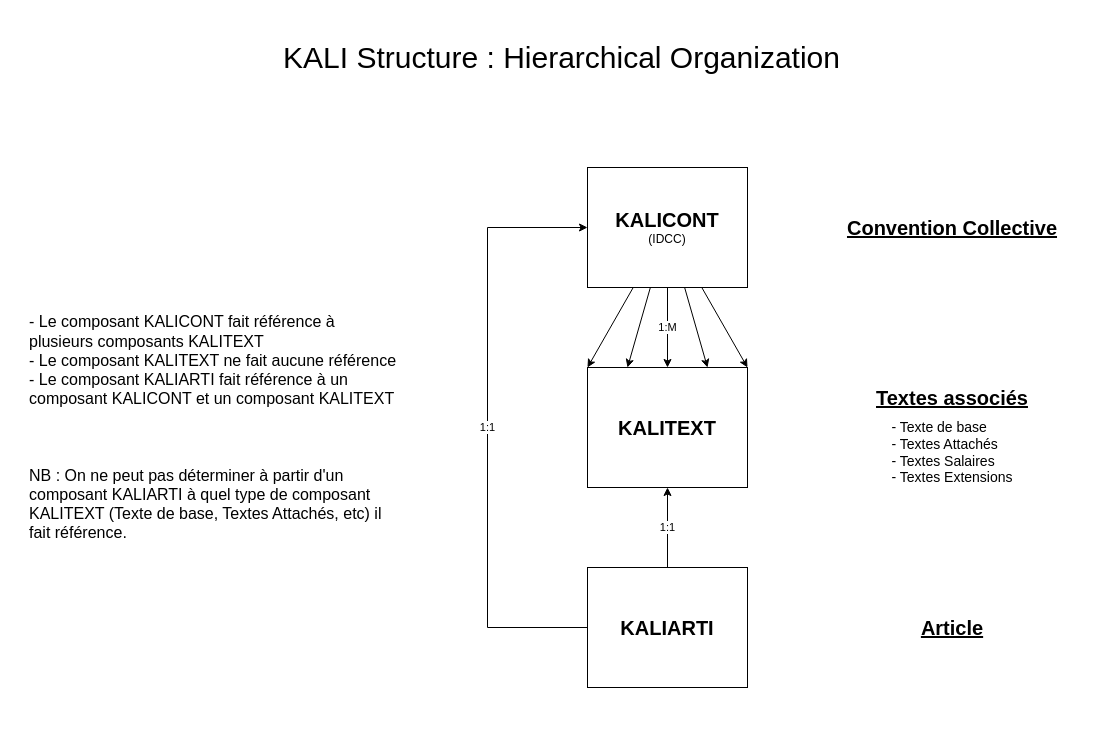
Above: diagram/KALI_structure.drawio in szkjn/sandbox_drawio (draw.io), before the change. Source tidied: cells renumbered, new cells numbered last; positions are measured from the earlier drawing's top-left corner, leaving out a move shared by most shapes. Both pictures are drawn from the tidied source at 100%, with x=0, y=0 at pixel (27, 17).
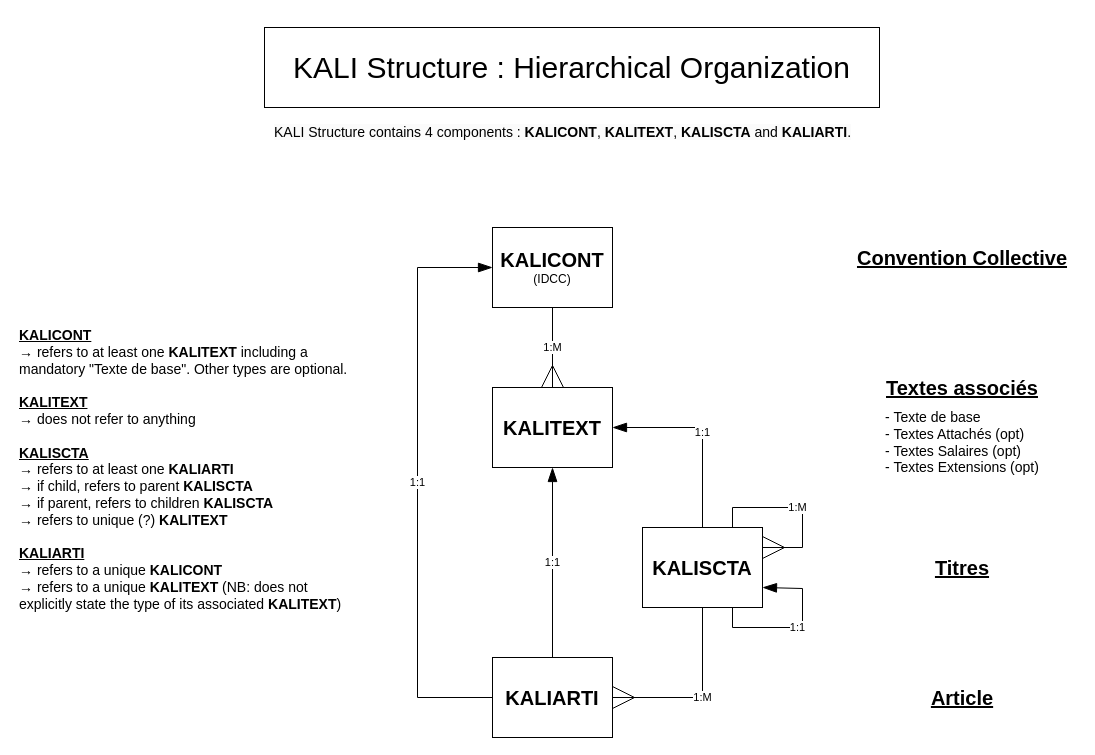
Above is the later version.

The edit, as a diff of the source:
```diff
@@
-    <mxCell id="2" value="1:1" style="edgeStyle=orthogonalEdgeStyle;rounded=0;jettySize=auto;html=1;entryX=0.5;entryY=1;entryDx=0;entryDy=0;" parent="1" edge="1" source="4" target="5">
+    <mxCell id="2" value="1:1" style="edgeStyle=orthogonalEdgeStyle;rounded=0;jettySize=auto;html=1;entryX=0.5;entryY=1;entryDx=0;entryDy=0;endSize=12;endArrow=blockThin;endFill=1;" parent="1" edge="1" source="4" target="5">
       <mxGeometry relative="1" as="geometry" />
     </mxCell>
-    <mxCell id="3" value="1:1" style="edgeStyle=orthogonalEdgeStyle;rounded=0;jettySize=auto;html=1;entryX=0;entryY=0.5;entryDx=0;entryDy=0;" parent="1" edge="1" source="4" target="11">
+    <mxCell id="3" value="1:1" style="edgeStyle=orthogonalEdgeStyle;rounded=0;jettySize=auto;html=1;exitX=0;exitY=0.5;exitDx=0;exitDy=0;entryX=0;entryY=0.5;entryDx=0;entryDy=0;endArrow=blockThin;endFill=1;endSize=12;" parent="1" edge="1" source="4" target="11">
       <mxGeometry relative="1" as="geometry">
         <Array as="points">
-          <mxPoint x="460" y="610" />
-          <mxPoint x="460" y="210" />
+          <mxPoint x="390" y="680" />
+          <mxPoint x="390" y="250" />
         </Array>
       </mxGeometry>
     </mxCell>
     <mxCell id="4" value="&lt;b&gt;&lt;font style=&quot;font-size: 20px;&quot;&gt;KALIARTI&lt;/font&gt;&lt;/b&gt;" style="rounded=0;whiteSpace=wrap;html=1;" parent="1" vertex="1">
-      <mxGeometry x="560" y="550" width="160" height="120" as="geometry" />
+      <mxGeometry x="465" y="640" width="120" height="80" as="geometry" />
     </mxCell>
     <mxCell id="5" value="&lt;b&gt;&lt;font style=&quot;font-size: 20px;&quot;&gt;KALITEXT&lt;/font&gt;&lt;/b&gt;" style="rounded=0;whiteSpace=wrap;html=1;align=center;" parent="1" vertex="1">
-      <mxGeometry x="560" y="350" width="160" height="120" as="geometry" />
+      <mxGeometry x="465" y="370" width="120" height="80" as="geometry" />
     </mxCell>
-    <mxCell id="6" style="rounded=0;jettySize=auto;html=1;entryX=0;entryY=0;entryDx=0;entryDy=0;" parent="1" edge="1" source="11" target="5">
-      <mxGeometry relative="1" as="geometry" />
-    </mxCell>
-    <mxCell id="7" style="rounded=0;jettySize=auto;html=1;entryX=0.25;entryY=0;entryDx=0;entryDy=0;" parent="1" edge="1" source="11" target="5">
-      <mxGeometry relative="1" as="geometry" />
-    </mxCell>
-    <mxCell id="8" value="1:M" style="edgeStyle=orthogonalEdgeStyle;rounded=0;jettySize=auto;html=1;entryX=0.5;entryY=0;entryDx=0;entryDy=0;" parent="1" edge="1" source="11" target="5">
+    <mxCell id="8" value="1:M" style="edgeStyle=orthogonalEdgeStyle;rounded=0;jettySize=auto;html=1;entryX=0.5;entryY=0;entryDx=0;entryDy=0;endArrow=ERmany;endFill=0;endSize=20;" parent="1" edge="1" source="11" target="5">
       <mxGeometry relative="1" as="geometry" />
     </mxCell>
-    <mxCell id="9" style="rounded=0;jettySize=auto;html=1;entryX=0.75;entryY=0;entryDx=0;entryDy=0;" parent="1" edge="1" source="11" target="5">
-      <mxGeometry relative="1" as="geometry" />
-    </mxCell>
-    <mxCell id="10" style="rounded=0;jettySize=auto;html=1;entryX=1;entryY=0;entryDx=0;entryDy=0;" parent="1" edge="1" source="11" target="5">
-      <mxGeometry relative="1" as="geometry" />
-    </mxCell>
     <mxCell id="11" value="&lt;b&gt;&lt;font style=&quot;font-size: 20px;&quot;&gt;KALICONT&lt;/font&gt;&lt;/b&gt;&lt;div&gt;(IDCC)&lt;/div&gt;" style="rounded=0;whiteSpace=wrap;html=1;" parent="1" vertex="1">
-      <mxGeometry x="560" y="150" width="160" height="120" as="geometry" />
+      <mxGeometry x="465" y="210" width="120" height="80" as="geometry" />
     </mxCell>
     <mxCell id="12" value="Convention Collective" style="text;html=1;align=center;verticalAlign=middle;whiteSpace=wrap;rounded=0;fontSize=20;fontStyle=5;" parent="1" vertex="1">
-      <mxGeometry x="810.1" y="180" width="230" height="60" as="geometry" />
+      <mxGeometry x="820.1" y="210" width="230" height="60" as="geometry" />
     </mxCell>
     <mxCell id="13" value="Article" style="text;html=1;align=center;verticalAlign=middle;whiteSpace=wrap;rounded=0;fontSize=20;fontStyle=5;" parent="1" vertex="1">
-      <mxGeometry x="810.1" y="580" width="230" height="60" as="geometry" />
+      <mxGeometry x="820.1" y="650" width="230" height="60" as="geometry" />
     </mxCell>
     <mxCell id="14" value="Textes associés" style="text;html=1;align=center;verticalAlign=middle;whiteSpace=wrap;rounded=0;fontSize=20;fontStyle=5;" parent="1" vertex="1">
-      <mxGeometry x="810.1" y="350" width="230" height="60" as="geometry" />
+      <mxGeometry x="820.1" y="340" width="230" height="60" as="geometry" />
     </mxCell>
-    <mxCell id="15" value="KALI Structure : Hierarchical Organization" style="text;html=1;align=center;verticalAlign=middle;whiteSpace=wrap;rounded=0;fontSize=30;" parent="1" vertex="1">
-      <mxGeometry x="227" width="615" height="80" as="geometry" />
+    <mxCell id="15" value="KALI Structure : Hierarchical Organization" style="text;html=1;align=center;verticalAlign=middle;whiteSpace=wrap;rounded=0;fontSize=30;strokeColor=default;" parent="1" vertex="1">
+      <mxGeometry x="237" y="10" width="615" height="80" as="geometry" />
     </mxCell>
-    <mxCell id="16" value="&lt;div style=&quot;text-align: left;&quot;&gt;- Texte de base&lt;/div&gt;&lt;div style=&quot;text-align: left;&quot;&gt;- Textes Attachés&lt;/div&gt;&lt;div style=&quot;text-align: left;&quot;&gt;- Textes Salaires&lt;/div&gt;&lt;div style=&quot;text-align: left;&quot;&gt;- Textes Extensions&lt;/div&gt;" style="text;html=1;align=center;verticalAlign=middle;whiteSpace=wrap;rounded=0;fontSize=14;" parent="1" vertex="1">
-      <mxGeometry x="835.1" y="400" width="180" height="70" as="geometry" />
+    <mxCell id="16" value="&lt;div style=&quot;text-align: left;&quot;&gt;- Texte de base&lt;/div&gt;&lt;div style=&quot;text-align: left;&quot;&gt;- Textes Attachés (opt)&lt;/div&gt;&lt;div style=&quot;text-align: left;&quot;&gt;- Textes Salaires&lt;span style=&quot;background-color: transparent; color: light-dark(rgb(0, 0, 0), rgb(255, 255, 255));&quot;&gt;&amp;nbsp;&lt;/span&gt;&lt;span style=&quot;background-color: transparent; color: light-dark(rgb(0, 0, 0), rgb(255, 255, 255));&quot;&gt;(opt)&lt;/span&gt;&lt;/div&gt;&lt;div style=&quot;text-align: left;&quot;&gt;- Textes Extensions&lt;span style=&quot;background-color: transparent; color: light-dark(rgb(0, 0, 0), rgb(255, 255, 255));&quot;&gt;&amp;nbsp;&lt;/span&gt;&lt;span style=&quot;background-color: transparent; color: light-dark(rgb(0, 0, 0), rgb(255, 255, 255));&quot;&gt;(opt)&lt;/span&gt;&lt;/div&gt;" style="text;html=1;align=center;verticalAlign=middle;whiteSpace=wrap;rounded=0;fontSize=14;" parent="1" vertex="1">
+      <mxGeometry x="845.1" y="390" width="180" height="70" as="geometry" />
     </mxCell>
-    <mxCell id="17" value="&lt;font style=&quot;font-size: 16px;&quot;&gt;- Le composant KALICONT fait référence à plusieurs composants KALITEXT&lt;/font&gt;&lt;div&gt;&lt;font style=&quot;font-size: 16px;&quot;&gt;- Le composant KALITEXT ne fait aucune référence&lt;/font&gt;&lt;/div&gt;&lt;div&gt;&lt;font style=&quot;font-size: 16px;&quot;&gt;- Le composant KALIARTI fait référence à un composant KALICONT et un composant KALITEXT&lt;/font&gt;&lt;/div&gt;&lt;div&gt;&lt;font style=&quot;font-size: 16px;&quot;&gt;&lt;br&gt;&lt;/font&gt;&lt;/div&gt;&lt;div&gt;&lt;font style=&quot;font-size: 16px;&quot;&gt;&lt;br&gt;&lt;/font&gt;&lt;/div&gt;&lt;div&gt;&lt;font style=&quot;font-size: 16px;&quot;&gt;&lt;br&gt;&lt;/font&gt;&lt;/div&gt;&lt;div&gt;&lt;font style=&quot;font-size: 16px;&quot;&gt;NB : On ne peut pas déterminer à partir d'un composant KALIARTI à quel type de composant KALITEXT (Texte de base, Textes Attachés, etc) il fait référence.&amp;nbsp;&lt;/font&gt;&lt;/div&gt;" style="text;html=1;align=left;verticalAlign=middle;whiteSpace=wrap;rounded=0;" parent="1" vertex="1">
-      <mxGeometry y="165" width="370" height="490" as="geometry" />
+    <mxCell id="17" value="&lt;div&gt;&lt;br&gt;&lt;/div&gt;&lt;div&gt;&lt;div&gt;&lt;div&gt;&lt;span style=&quot;font-size: 14px;&quot;&gt;&lt;b&gt;&lt;u&gt;KALICONT&lt;/u&gt;&lt;/b&gt;&lt;/span&gt;&lt;/div&gt;&lt;div&gt;&lt;span style=&quot;font-size: 14px;&quot;&gt;→ refers to at least one &lt;b&gt;KALITEXT&lt;/b&gt; including a mandatory &quot;Texte de base&quot;. Other types are optional.&lt;/span&gt;&lt;span style=&quot;font-size: 14px;&quot;&gt;&lt;/span&gt;&lt;/div&gt;&lt;div&gt;&lt;font style=&quot;font-size: 14px;&quot;&gt;&lt;br&gt;&lt;/font&gt;&lt;/div&gt;&lt;div&gt;&lt;font style=&quot;font-size: 14px;&quot;&gt;&lt;b&gt;&lt;u&gt;KALITEXT&lt;/u&gt;&lt;/b&gt;&lt;/font&gt;&lt;/div&gt;&lt;div&gt;&lt;font style=&quot;font-size: 14px;&quot;&gt;→ does not refer to anything&lt;/font&gt;&lt;/div&gt;&lt;div&gt;&lt;font style=&quot;font-size: 14px;&quot;&gt;&lt;br&gt;&lt;/font&gt;&lt;/div&gt;&lt;div&gt;&lt;font style=&quot;font-size: 14px;&quot;&gt;&lt;b&gt;&lt;u&gt;KALISCTA&lt;/u&gt;&lt;/b&gt;&amp;nbsp;&lt;/font&gt;&lt;/div&gt;&lt;div&gt;&lt;font style=&quot;font-size: 14px;&quot;&gt;&lt;span style=&quot;background-color: transparent; color: light-dark(rgb(0, 0, 0), rgb(255, 255, 255));&quot;&gt;→&amp;nbsp;&lt;/span&gt;refers to at least one&amp;nbsp;&lt;b&gt;KALIARTI&lt;/b&gt;&lt;/font&gt;&lt;/div&gt;&lt;div&gt;&lt;font style=&quot;font-size: 14px;&quot;&gt;&lt;span style=&quot;background-color: transparent; color: light-dark(rgb(0, 0, 0), rgb(255, 255, 255));&quot;&gt;→&lt;/span&gt;&amp;nbsp;if child, refers to parent &lt;b&gt;KALISCTA&lt;/b&gt;&lt;/font&gt;&lt;/div&gt;&lt;div&gt;&lt;font style=&quot;font-size: 14px;&quot;&gt;&lt;span style=&quot;background-color: transparent; color: light-dark(rgb(0, 0, 0), rgb(255, 255, 255));&quot;&gt;→&lt;/span&gt;&amp;nbsp;if parent, refers to children &lt;b&gt;KALISCTA&lt;/b&gt;&lt;/font&gt;&lt;/div&gt;&lt;div&gt;&lt;font style=&quot;font-size: 14px;&quot;&gt;&lt;span style=&quot;background-color: transparent; color: light-dark(rgb(0, 0, 0), rgb(255, 255, 255));&quot;&gt;→&lt;/span&gt;&amp;nbsp;refers to unique (?)&amp;nbsp;&lt;b&gt;KALITEXT&lt;/b&gt;&lt;/font&gt;&lt;/div&gt;&lt;div&gt;&lt;font style=&quot;font-size: 14px;&quot;&gt;&lt;br&gt;&lt;/font&gt;&lt;/div&gt;&lt;div&gt;&lt;font style=&quot;font-size: 14px;&quot;&gt;&lt;b&gt;&lt;u&gt;KALIARTI&lt;/u&gt;&lt;/b&gt;&lt;/font&gt;&lt;/div&gt;&lt;div&gt;&lt;font style=&quot;font-size: 14px;&quot;&gt;→ refers to a unique &lt;b&gt;KALICONT&lt;/b&gt;&lt;/font&gt;&lt;/div&gt;&lt;div&gt;&lt;font style=&quot;font-size: 14px;&quot;&gt;→ refers to a unique &lt;b&gt;KALITEXT&lt;/b&gt; (NB:&amp;nbsp;&lt;/font&gt;&lt;span style=&quot;background-color: transparent; color: light-dark(rgb(0, 0, 0), rgb(255, 255, 255)); font-size: 14px;&quot;&gt;does not explicitly state the type of its associated &lt;b&gt;KALITEXT&lt;/b&gt;)&lt;/span&gt;&lt;/div&gt;&lt;/div&gt;&lt;/div&gt;" style="text;html=1;align=left;verticalAlign=middle;whiteSpace=wrap;rounded=0;" parent="1" vertex="1">
+      <mxGeometry x="-10" y="290" width="340" height="310" as="geometry" />
     </mxCell>
+    <mxCell id="18" value="1:M" style="edgeStyle=orthogonalEdgeStyle;rounded=0;jettySize=auto;html=1;entryX=1;entryY=0.5;entryDx=0;entryDy=0;endArrow=ERmany;endFill=0;endSize=20;" parent="1" edge="1" source="21" target="4">
+      <mxGeometry relative="1" as="geometry">
+        <Array as="points">
+          <mxPoint x="675" y="680" />
+        </Array>
+      </mxGeometry>
+    </mxCell>
+    <mxCell id="19" value="1:1" style="edgeStyle=orthogonalEdgeStyle;rounded=0;jettySize=auto;html=1;entryX=1;entryY=0.5;entryDx=0;entryDy=0;endSize=12;endArrow=blockThin;endFill=1;" parent="1" edge="1" source="21" target="5">
+      <mxGeometry relative="1" as="geometry">
+        <Array as="points">
+          <mxPoint x="675" y="410" />
+        </Array>
+      </mxGeometry>
+    </mxCell>
+    <mxCell id="20" value="1:1" style="edgeStyle=orthogonalEdgeStyle;rounded=0;orthogonalLoop=1;jettySize=auto;html=1;exitX=0.75;exitY=1;exitDx=0;exitDy=0;entryX=1;entryY=0.75;entryDx=0;entryDy=0;endArrow=blockThin;endFill=1;endSize=12;" parent="1" edge="1" source="21" target="21">
+      <mxGeometry relative="1" as="geometry">
+        <Array as="points">
+          <mxPoint x="705" y="610" />
+          <mxPoint x="775" y="610" />
+          <mxPoint x="775" y="571" />
+          <mxPoint x="735" y="571" />
+        </Array>
+      </mxGeometry>
+    </mxCell>
+    <mxCell id="21" value="&lt;b&gt;&lt;font style=&quot;font-size: 20px;&quot;&gt;KALISCTA&lt;/font&gt;&lt;/b&gt;" style="rounded=0;whiteSpace=wrap;html=1;" parent="1" vertex="1">
+      <mxGeometry x="615" y="510" width="120" height="80" as="geometry" />
+    </mxCell>
+    <mxCell id="22" value="1:M" style="edgeStyle=orthogonalEdgeStyle;rounded=0;orthogonalLoop=1;jettySize=auto;html=1;endArrow=ERmany;endFill=0;endSize=20;exitX=0.75;exitY=0;exitDx=0;exitDy=0;entryX=1;entryY=0.25;entryDx=0;entryDy=0;" parent="1" edge="1" source="21" target="21">
+      <mxGeometry relative="1" as="geometry">
+        <Array as="points">
+          <mxPoint x="705" y="490" />
+          <mxPoint x="775" y="490" />
+          <mxPoint x="775" y="530" />
+        </Array>
+      </mxGeometry>
+    </mxCell>
+    <mxCell id="23" value="Titres" style="text;html=1;align=center;verticalAlign=middle;whiteSpace=wrap;rounded=0;fontSize=20;fontStyle=5;" parent="1" vertex="1">
+      <mxGeometry x="820.1" y="520" width="230" height="60" as="geometry" />
+    </mxCell>
+    <mxCell id="24" value="&lt;font style=&quot;forced-color-adjust: none; color: rgb(0, 0, 0); font-family: Helvetica; font-style: normal; font-variant-ligatures: normal; font-variant-caps: normal; font-weight: 400; letter-spacing: normal; orphans: 2; text-align: left; text-indent: 0px; text-transform: none; widows: 2; word-spacing: 0px; -webkit-text-stroke-width: 0px; white-space: normal; background-color: rgb(251, 251, 251); text-decoration-thickness: initial; text-decoration-style: initial; text-decoration-color: initial; font-size: 14px;&quot;&gt;KALI Structure contains 4 components :&amp;nbsp;&lt;/font&gt;&lt;b style=&quot;font-size: 14px; background-color: light-dark(rgb(251, 251, 251), rgb(21, 21, 21)); color: light-dark(rgb(0, 0, 0), rgb(237, 237, 237));&quot;&gt;KALICONT&lt;/b&gt;&lt;span style=&quot;font-size: 14px; background-color: light-dark(rgb(251, 251, 251), rgb(21, 21, 21)); color: light-dark(rgb(0, 0, 0), rgb(237, 237, 237));&quot;&gt;,&lt;/span&gt;&lt;span style=&quot;font-size: 14px; background-color: light-dark(rgb(251, 251, 251), rgb(21, 21, 21)); color: light-dark(rgb(0, 0, 0), rgb(237, 237, 237));&quot;&gt;&amp;nbsp;&lt;/span&gt;&lt;b style=&quot;font-size: 14px; background-color: light-dark(rgb(251, 251, 251), rgb(21, 21, 21)); color: light-dark(rgb(0, 0, 0), rgb(237, 237, 237));&quot;&gt;KALITEXT&lt;/b&gt;&lt;span style=&quot;font-size: 14px; background-color: light-dark(rgb(251, 251, 251), rgb(21, 21, 21)); color: light-dark(rgb(0, 0, 0), rgb(237, 237, 237));&quot;&gt;,&lt;/span&gt;&lt;span style=&quot;font-size: 14px; background-color: light-dark(rgb(251, 251, 251), rgb(21, 21, 21)); color: light-dark(rgb(0, 0, 0), rgb(237, 237, 237));&quot;&gt;&amp;nbsp;&lt;/span&gt;&lt;b style=&quot;font-size: 14px; background-color: light-dark(rgb(251, 251, 251), rgb(21, 21, 21)); color: light-dark(rgb(0, 0, 0), rgb(237, 237, 237));&quot;&gt;KALISCTA&lt;/b&gt;&lt;span style=&quot;font-size: 14px; background-color: light-dark(rgb(251, 251, 251), rgb(21, 21, 21)); color: light-dark(rgb(0, 0, 0), rgb(237, 237, 237));&quot;&gt;&amp;nbsp;&lt;/span&gt;&lt;span style=&quot;font-size: 14px; background-color: light-dark(rgb(251, 251, 251), rgb(21, 21, 21)); color: light-dark(rgb(0, 0, 0), rgb(237, 237, 237));&quot;&gt;and&lt;/span&gt;&lt;span style=&quot;font-size: 14px; background-color: light-dark(rgb(251, 251, 251), rgb(21, 21, 21)); color: light-dark(rgb(0, 0, 0), rgb(237, 237, 237));&quot;&gt;&amp;nbsp;&lt;/span&gt;&lt;b style=&quot;font-size: 14px; background-color: light-dark(rgb(251, 251, 251), rgb(21, 21, 21)); color: light-dark(rgb(0, 0, 0), rgb(237, 237, 237));&quot;&gt;KALIARTI&lt;/b&gt;&lt;span style=&quot;font-size: 14px; background-color: light-dark(rgb(251, 251, 251), rgb(21, 21, 21)); color: light-dark(rgb(0, 0, 0), rgb(237, 237, 237));&quot;&gt;.&lt;/span&gt;" style="text;whiteSpace=wrap;html=1;" parent="1" vertex="1">
+      <mxGeometry x="245.1" y="100" width="600" height="60" as="geometry" />
+    </mxCell>
```
